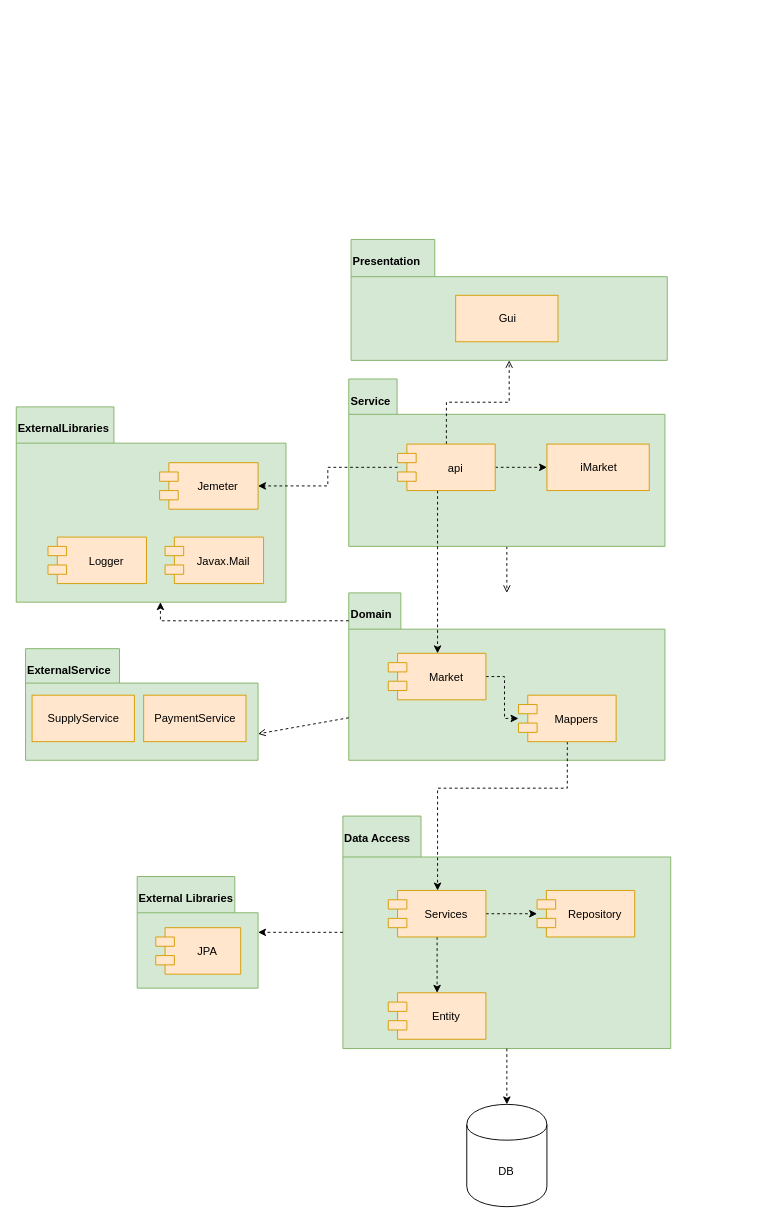
Before: Files/version 4 - files/Architcture Diagram.drawio in Sadna-Market/Market, a draw.io diagram. Source tidied: cells renumbered, new cells numbered last; positions are measured from the earlier drawing's top-left corner, leaving out a move shared by most shapes. Both pictures are drawn from the tidied source at 93%, with x=0, y=0 at pixel (16, 239).
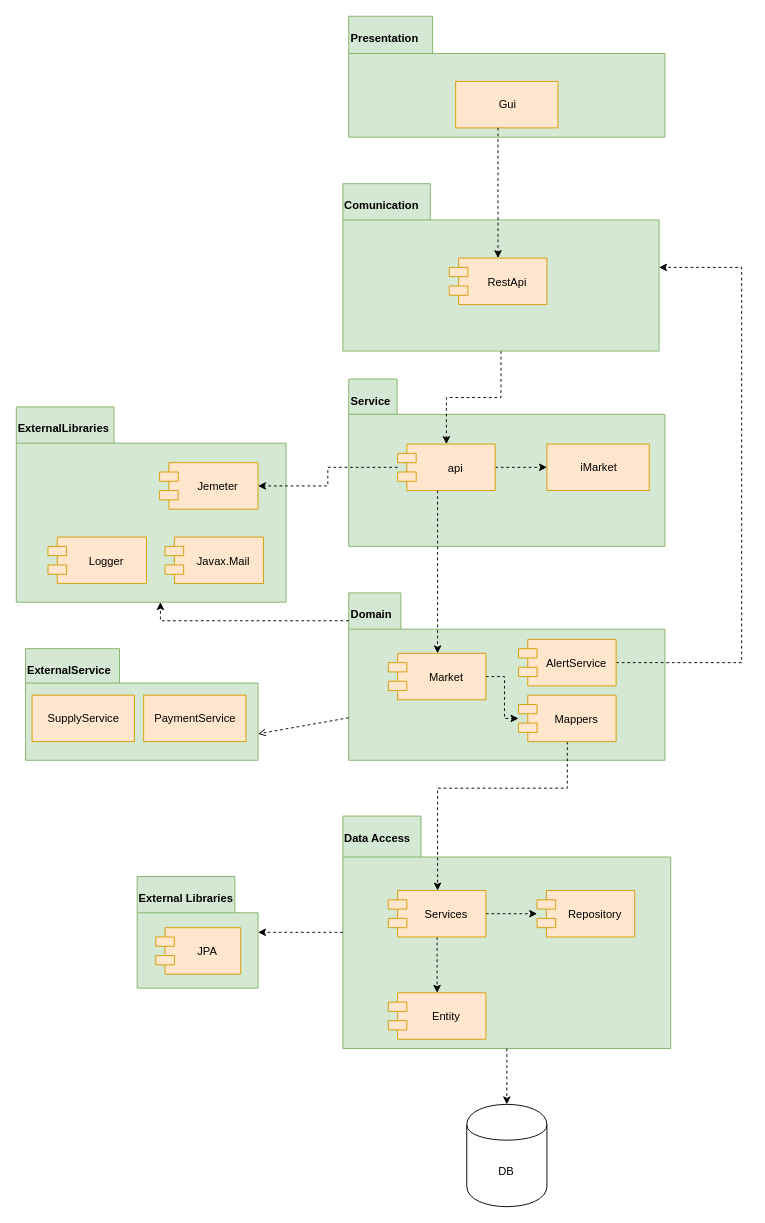
The same diagram, later.

Unchanged cells that the change refers to:
```xml
<mxCell id="3" value="Domain" style="shape=folder;fontStyle=1;spacingTop=10;tabWidth=56;tabHeight=39;tabPosition=left;html=1;align=left;verticalAlign=top;fillColor=#d5e8d4;strokeColor=#82b366;shadow=0;" parent="1" vertex="1">
  <mxGeometry x="357.5" y="380" width="340" height="180" as="geometry" />
</mxCell>
<mxCell id="7" value="Service" style="shape=folder;fontStyle=1;spacingTop=10;tabWidth=52;tabHeight=38;tabPosition=left;html=1;align=left;verticalAlign=top;fillColor=#d5e8d4;strokeColor=#82b366;" parent="1" vertex="1">
  <mxGeometry x="357.5" y="150" width="340" height="180" as="geometry" />
</mxCell>
<mxCell id="35" value="api" style="shape=module;align=left;spacingLeft=20;align=center;verticalAlign=middle;fillColor=#ffe6cc;strokeColor=#d79b00;" parent="1" vertex="1">
  <mxGeometry x="410" y="220" width="105" height="50" as="geometry" />
</mxCell>
```

Change to the diagram source:
```diff
@@
-    <mxCell id="6" style="edgeStyle=orthogonalEdgeStyle;rounded=0;jettySize=auto;html=1;endArrow=open;endFill=0;dashed=1;" parent="1" edge="1" source="7" target="3">
-      <mxGeometry relative="1" as="geometry" />
-    </mxCell>
@@
     <mxCell id="17" value="Presentation" style="shape=folder;fontStyle=1;spacingTop=10;tabWidth=90;tabHeight=40;tabPosition=left;html=1;align=left;verticalAlign=top;fillColor=#d5e8d4;strokeColor=#82b366;" parent="1" vertex="1">
-      <mxGeometry x="360" width="340" height="130" as="geometry" />
+      <mxGeometry x="357.5" y="-240" width="340" height="130" as="geometry" />
     </mxCell>
     <mxCell id="18" value="Gui" style="html=1;fillColor=#ffe6cc;strokeColor=#d79b00;" parent="1" vertex="1">
-      <mxGeometry x="472.5" y="60" width="110" height="50" as="geometry" />
+      <mxGeometry x="472.5" y="-170" width="110" height="50" as="geometry" />
     </mxCell>
-    <mxCell id="19" style="edgeStyle=orthogonalEdgeStyle;rounded=0;jettySize=auto;html=1;endArrow=open;endFill=0;dashed=1;" parent="1" edge="1" source="35" target="17">
-      <mxGeometry relative="1" as="geometry" />
-    </mxCell>
@@
+    <mxCell id="39" style="edgeStyle=orthogonalEdgeStyle;rounded=0;jettySize=auto;html=1;dashed=1;" parent="1" edge="1" source="40" target="42">
+      <mxGeometry relative="1" as="geometry">
+        <Array as="points">
+          <mxPoint x="780" y="455" />
+          <mxPoint x="780" y="30" />
+        </Array>
+      </mxGeometry>
+    </mxCell>
+    <mxCell id="40" value="AlertService" style="shape=module;align=left;spacingLeft=20;align=center;verticalAlign=middle;fillColor=#ffe6cc;strokeColor=#d79b00;" parent="1" vertex="1">
+      <mxGeometry x="540" y="430" width="105" height="50" as="geometry" />
+    </mxCell>
+    <mxCell id="41" style="edgeStyle=orthogonalEdgeStyle;rounded=0;jettySize=auto;html=1;dashed=1;" parent="1" edge="1" source="42" target="35">
+      <mxGeometry relative="1" as="geometry" />
+    </mxCell>
+    <mxCell id="42" value="Comunication" style="shape=folder;fontStyle=1;spacingTop=10;tabWidth=94;tabHeight=39;tabPosition=left;html=1;align=left;verticalAlign=top;fillColor=#d5e8d4;strokeColor=#82b366;" parent="1" vertex="1">
+      <mxGeometry x="351.2" y="-60" width="340" height="180" as="geometry" />
+    </mxCell>
+    <mxCell id="43" value="RestApi" style="shape=module;align=left;spacingLeft=20;align=center;verticalAlign=middle;fillColor=#ffe6cc;strokeColor=#d79b00;" parent="1" vertex="1">
+      <mxGeometry x="465.6" y="20" width="105" height="50" as="geometry" />
+    </mxCell>
+    <mxCell id="44" style="edgeStyle=orthogonalEdgeStyle;rounded=0;jettySize=auto;html=1;dashed=1;" parent="1" edge="1" source="18" target="43">
+      <mxGeometry relative="1" as="geometry">
+        <Array as="points">
+          <mxPoint x="518" y="-80" />
+          <mxPoint x="518" y="-80" />
+        </Array>
+      </mxGeometry>
+    </mxCell>
```
